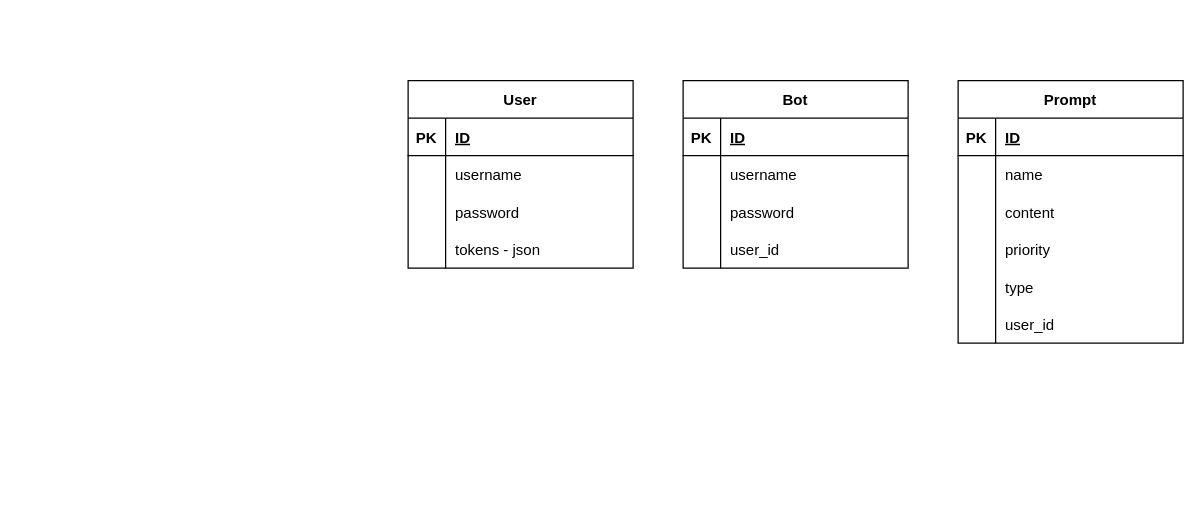
This is AI ERD.drawio from andrew-atef/andrew-atef, a draw.io file, before an edit. Source tidied: cells renumbered, new cells numbered last; positions are measured from the earlier drawing's top-left corner, leaving out a move shared by most shapes. Both pictures are drawn from the tidied source at 125%, with x=0, y=0 at pixel (408, 80).
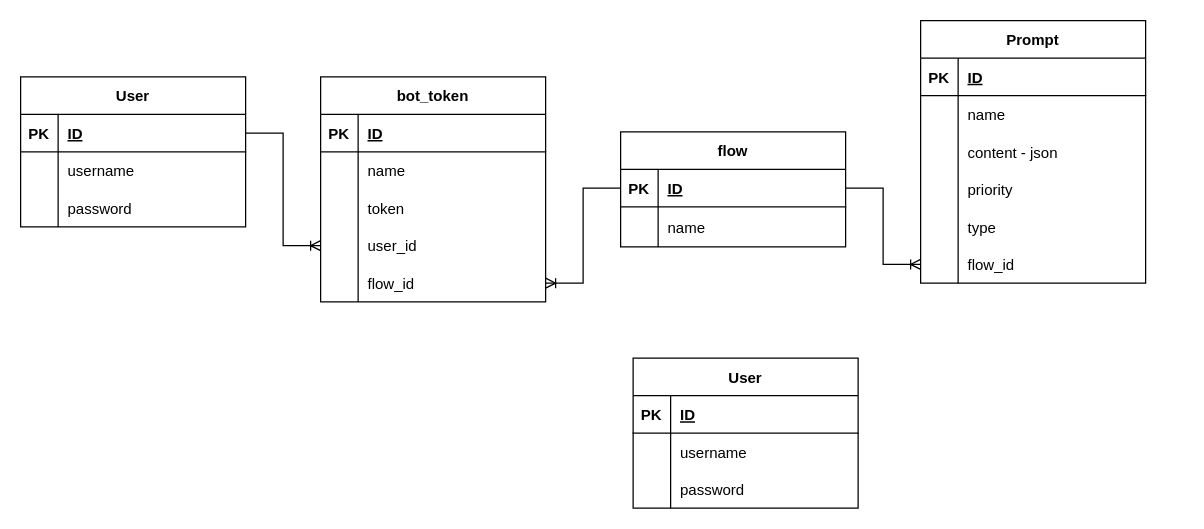
The same diagram, later.

Unchanged cells that the change refers to:
```xml
<mxCell id="3" style="shape=tableRow;horizontal=0;startSize=0;swimlaneHead=0;swimlaneBody=0;fillColor=none;points=[[0,0.5],[1,0.5]];portConstraint=eastwest;top=0;left=0;right=0;bottom=1;" parent="2" vertex="1">
  <mxGeometry y="30" width="180" height="30" as="geometry" />
</mxCell>
<mxCell id="22" style="shape=tableRow;horizontal=0;startSize=0;swimlaneHead=0;swimlaneBody=0;fillColor=none;top=0;left=0;right=0;bottom=0;" parent="15" vertex="1">
  <mxGeometry y="90" width="180" height="30" as="geometry" />
</mxCell>
<mxCell id="31" style="shape=tableRow;horizontal=0;startSize=0;swimlaneHead=0;swimlaneBody=0;fillColor=none;points=[[0,0.5],[1,0.5]];portConstraint=eastwest;top=0;left=0;right=0;bottom=0;" parent="15" vertex="1">
  <mxGeometry y="180" width="180" height="30" as="geometry" />
</mxCell>
<mxCell id="35" style="shape=tableRow;horizontal=0;startSize=0;swimlaneHead=0;swimlaneBody=0;fillColor=none;points=[[0,0.5],[1,0.5]];portConstraint=eastwest;top=0;left=0;right=0;bottom=1;" parent="34" vertex="1">
  <mxGeometry y="30" width="180" height="30" as="geometry" />
</mxCell>
```

The edit, as a diff of the source:
```diff
@@
     <mxCell id="2" value="User" style="shape=table;startSize=30;childLayout=tableLayout;rowLines=0;fontStyle=1;align=center;" parent="1" vertex="1">
-      <mxGeometry width="180" height="150" as="geometry" />
+      <mxGeometry x="-310" y="-3" width="180" height="120" as="geometry" />
     </mxCell>
@@
-    <mxCell id="12" style="shape=tableRow;horizontal=0;startSize=0;swimlaneHead=0;swimlaneBody=0;fillColor=none;top=0;left=0;right=0;bottom=0;" parent="2" vertex="1">
-      <mxGeometry y="120" width="180" height="30" as="geometry" />
-    </mxCell>
-    <mxCell id="13" style="shape=partialRectangle;fillColor=none;top=0;left=0;bottom=0;right=0;overflow=hidden;" parent="12" vertex="1">
-      <mxGeometry width="30" height="30" as="geometry" />
-    </mxCell>
-    <mxCell id="14" value="tokens - json" style="shape=partialRectangle;fillColor=none;top=0;left=0;bottom=0;right=0;align=left;spacingLeft=6;overflow=hidden;" parent="12" vertex="1">
-      <mxGeometry x="30" width="150" height="30" as="geometry" />
-    </mxCell>
     <mxCell id="15" value="Prompt" style="shape=table;startSize=30;childLayout=tableLayout;rowLines=0;fontStyle=1;align=center;" parent="1" vertex="1">
-      <mxGeometry x="440" width="180" height="210" as="geometry" />
+      <mxGeometry x="410" y="-48" width="180" height="210" as="geometry" />
     </mxCell>
@@
-    <mxCell id="24" value="content" style="shape=partialRectangle;fillColor=none;top=0;left=0;bottom=0;right=0;align=left;spacingLeft=6;overflow=hidden;" parent="22" vertex="1">
+    <mxCell id="24" value="content - json" style="shape=partialRectangle;fillColor=none;top=0;left=0;bottom=0;right=0;align=left;spacingLeft=6;overflow=hidden;" parent="22" vertex="1">
       <mxGeometry x="30" width="150" height="30" as="geometry" />
     </mxCell>
@@
-    <mxCell id="33" value="user_id" style="shape=partialRectangle;fillColor=none;top=0;left=0;bottom=0;right=0;align=left;spacingLeft=6;overflow=hidden;" parent="31" vertex="1">
+    <mxCell id="33" value="flow_id" style="shape=partialRectangle;fillColor=none;top=0;left=0;bottom=0;right=0;align=left;spacingLeft=6;overflow=hidden;" parent="31" vertex="1">
       <mxGeometry x="30" width="150" height="30" as="geometry" />
     </mxCell>
-    <mxCell id="34" value="Bot" style="shape=table;startSize=30;childLayout=tableLayout;rowLines=0;fontStyle=1;align=center;" parent="1" vertex="1">
-      <mxGeometry x="220" width="180" height="150" as="geometry" />
+    <mxCell id="34" value="flow" style="shape=table;startSize=30;childLayout=tableLayout;rowLines=0;fontStyle=1;align=center;" parent="1" vertex="1">
+      <mxGeometry x="170" y="41" width="180" height="92" as="geometry" />
     </mxCell>
@@
     <mxCell id="38" style="shape=tableRow;horizontal=0;startSize=0;swimlaneHead=0;swimlaneBody=0;fillColor=none;top=0;left=0;right=0;bottom=0;" parent="34" vertex="1">
-      <mxGeometry y="60" width="180" height="30" as="geometry" />
+      <mxGeometry y="60" width="180" height="32" as="geometry" />
     </mxCell>
     <mxCell id="39" style="shape=partialRectangle;fillColor=none;top=0;left=0;bottom=0;right=0;overflow=hidden;" parent="38" vertex="1">
-      <mxGeometry width="30" height="30" as="geometry" />
+      <mxGeometry width="30" height="32" as="geometry" />
     </mxCell>
-    <mxCell id="40" value="username" style="shape=partialRectangle;fillColor=none;top=0;left=0;bottom=0;right=0;align=left;spacingLeft=6;overflow=hidden;" parent="38" vertex="1">
-      <mxGeometry x="30" width="150" height="30" as="geometry" />
+    <mxCell id="40" value="name" style="shape=partialRectangle;fillColor=none;top=0;left=0;bottom=0;right=0;align=left;spacingLeft=6;overflow=hidden;" parent="38" vertex="1">
+      <mxGeometry x="30" width="150" height="32" as="geometry" />
     </mxCell>
-    <mxCell id="41" style="shape=tableRow;horizontal=0;startSize=0;swimlaneHead=0;swimlaneBody=0;fillColor=none;top=0;left=0;right=0;bottom=0;" parent="34" vertex="1">
-      <mxGeometry y="90" width="180" height="30" as="geometry" />
-    </mxCell>
-    <mxCell id="42" style="shape=partialRectangle;fillColor=none;top=0;left=0;bottom=0;right=0;overflow=hidden;" parent="41" vertex="1">
-      <mxGeometry width="30" height="30" as="geometry" />
-    </mxCell>
+    <mxCell id="47" style="edgeStyle=entityRelationEdgeStyle;fontSize=12;html=1;endArrow=ERoneToMany;rounded=0;exitX=1;exitY=0.5;exitDx=0;exitDy=0;entryX=0;entryY=0.5;entryDx=0;entryDy=0;" parent="1" edge="1" source="35" target="31">
+      <mxGeometry relative="1" as="geometry" />
+    </mxCell>
+    <mxCell id="48" value="bot_token" style="shape=table;startSize=30;childLayout=tableLayout;rowLines=0;fontStyle=1;align=center;" parent="1" vertex="1">
+      <mxGeometry x="-70" y="-3" width="180" height="180" as="geometry" />
+    </mxCell>
+    <mxCell id="49" style="shape=tableRow;horizontal=0;startSize=0;swimlaneHead=0;swimlaneBody=0;fillColor=none;top=0;left=0;right=0;bottom=1;" parent="48" vertex="1">
+      <mxGeometry y="30" width="180" height="30" as="geometry" />
+    </mxCell>
+    <mxCell id="50" value="PK" style="shape=partialRectangle;fillColor=none;top=0;left=0;bottom=0;right=0;fontStyle=1;overflow=hidden;" parent="49" vertex="1">
+      <mxGeometry width="30" height="30" as="geometry" />
+    </mxCell>
+    <mxCell id="51" value="ID" style="shape=partialRectangle;fillColor=none;top=0;left=0;bottom=0;right=0;align=left;spacingLeft=6;fontStyle=5;overflow=hidden;" parent="49" vertex="1">
+      <mxGeometry x="30" width="150" height="30" as="geometry" />
+    </mxCell>
+    <mxCell id="52" style="shape=tableRow;horizontal=0;startSize=0;swimlaneHead=0;swimlaneBody=0;fillColor=none;top=0;left=0;right=0;bottom=0;" parent="48" vertex="1">
+      <mxGeometry y="60" width="180" height="30" as="geometry" />
+    </mxCell>
+    <mxCell id="53" style="shape=partialRectangle;fillColor=none;top=0;left=0;bottom=0;right=0;overflow=hidden;" parent="52" vertex="1">
+      <mxGeometry width="30" height="30" as="geometry" />
+    </mxCell>
+    <mxCell id="54" value="name" style="shape=partialRectangle;fillColor=none;top=0;left=0;bottom=0;right=0;align=left;spacingLeft=6;overflow=hidden;" parent="52" vertex="1">
+      <mxGeometry x="30" width="150" height="30" as="geometry" />
+    </mxCell>
+    <mxCell id="55" style="shape=tableRow;horizontal=0;startSize=0;swimlaneHead=0;swimlaneBody=0;fillColor=none;top=0;left=0;right=0;bottom=0;" parent="48" vertex="1">
+      <mxGeometry y="90" width="180" height="30" as="geometry" />
+    </mxCell>
+    <mxCell id="56" style="shape=partialRectangle;fillColor=none;top=0;left=0;bottom=0;right=0;overflow=hidden;" parent="55" vertex="1">
+      <mxGeometry width="30" height="30" as="geometry" />
+    </mxCell>
+    <mxCell id="57" value="token" style="shape=partialRectangle;fillColor=none;top=0;left=0;bottom=0;right=0;align=left;spacingLeft=6;overflow=hidden;" parent="55" vertex="1">
+      <mxGeometry x="30" width="150" height="30" as="geometry" />
+    </mxCell>
+    <mxCell id="58" style="shape=tableRow;horizontal=0;startSize=0;swimlaneHead=0;swimlaneBody=0;fillColor=none;points=[[0,0.5],[1,0.5]];portConstraint=eastwest;top=0;left=0;right=0;bottom=0;" parent="48" vertex="1">
+      <mxGeometry y="120" width="180" height="30" as="geometry" />
+    </mxCell>
+    <mxCell id="59" style="shape=partialRectangle;fillColor=none;top=0;left=0;bottom=0;right=0;overflow=hidden;" parent="58" vertex="1">
+      <mxGeometry width="30" height="30" as="geometry" />
+    </mxCell>
+    <mxCell id="46" value="user_id" style="shape=partialRectangle;fillColor=none;top=0;left=0;bottom=0;right=0;align=left;spacingLeft=6;overflow=hidden;" parent="58" vertex="1">
+      <mxGeometry x="30" width="150" height="30" as="geometry" />
+    </mxCell>
+    <mxCell id="60" style="shape=tableRow;horizontal=0;startSize=0;swimlaneHead=0;swimlaneBody=0;fillColor=none;points=[[0,0.5],[1,0.5]];portConstraint=eastwest;top=0;left=0;right=0;bottom=0;" parent="48" vertex="1">
+      <mxGeometry y="150" width="180" height="30" as="geometry" />
+    </mxCell>
+    <mxCell id="61" style="shape=partialRectangle;fillColor=none;top=0;left=0;bottom=0;right=0;overflow=hidden;" parent="60" vertex="1">
+      <mxGeometry width="30" height="30" as="geometry" />
+    </mxCell>
+    <mxCell id="62" value="flow_id" style="shape=partialRectangle;fillColor=none;top=0;left=0;bottom=0;right=0;align=left;spacingLeft=6;overflow=hidden;" parent="60" vertex="1">
+      <mxGeometry x="30" width="150" height="30" as="geometry" />
+    </mxCell>
+    <mxCell id="63" style="edgeStyle=entityRelationEdgeStyle;fontSize=12;html=1;endArrow=ERoneToMany;rounded=0;exitX=1;exitY=0.5;exitDx=0;exitDy=0;entryX=0;entryY=0.5;entryDx=0;entryDy=0;" parent="1" edge="1" source="3" target="58">
+      <mxGeometry relative="1" as="geometry" />
+    </mxCell>
+    <mxCell id="64" style="edgeStyle=entityRelationEdgeStyle;fontSize=12;html=1;endArrow=ERoneToMany;rounded=0;exitX=0;exitY=0.5;exitDx=0;exitDy=0;entryX=1;entryY=0.5;entryDx=0;entryDy=0;" parent="1" edge="1" source="35" target="60">
+      <mxGeometry relative="1" as="geometry" />
+    </mxCell>
+    <mxCell id="65" value="User" style="shape=table;startSize=30;childLayout=tableLayout;rowLines=0;fontStyle=1;align=center;" parent="1" vertex="1">
+      <mxGeometry x="180" y="222" width="180" height="120" as="geometry" />
+    </mxCell>
+    <mxCell id="66" style="shape=tableRow;horizontal=0;startSize=0;swimlaneHead=0;swimlaneBody=0;fillColor=none;top=0;left=0;right=0;bottom=1;" parent="65" vertex="1">
+      <mxGeometry y="30" width="180" height="30" as="geometry" />
+    </mxCell>
+    <mxCell id="67" value="PK" style="shape=partialRectangle;fillColor=none;top=0;left=0;bottom=0;right=0;fontStyle=1;overflow=hidden;" parent="66" vertex="1">
+      <mxGeometry width="30" height="30" as="geometry" />
+    </mxCell>
+    <mxCell id="68" value="ID" style="shape=partialRectangle;fillColor=none;top=0;left=0;bottom=0;right=0;align=left;spacingLeft=6;fontStyle=5;overflow=hidden;" parent="66" vertex="1">
+      <mxGeometry x="30" width="150" height="30" as="geometry" />
+    </mxCell>
+    <mxCell id="69" style="shape=tableRow;horizontal=0;startSize=0;swimlaneHead=0;swimlaneBody=0;fillColor=none;top=0;left=0;right=0;bottom=0;" parent="65" vertex="1">
+      <mxGeometry y="60" width="180" height="30" as="geometry" />
+    </mxCell>
+    <mxCell id="70" style="shape=partialRectangle;fillColor=none;top=0;left=0;bottom=0;right=0;overflow=hidden;" parent="69" vertex="1">
+      <mxGeometry width="30" height="30" as="geometry" />
+    </mxCell>
+    <mxCell id="71" value="username" style="shape=partialRectangle;fillColor=none;top=0;left=0;bottom=0;right=0;align=left;spacingLeft=6;overflow=hidden;" parent="69" vertex="1">
+      <mxGeometry x="30" width="150" height="30" as="geometry" />
+    </mxCell>
+    <mxCell id="72" style="shape=tableRow;horizontal=0;startSize=0;swimlaneHead=0;swimlaneBody=0;fillColor=none;top=0;left=0;right=0;bottom=0;" parent="65" vertex="1">
+      <mxGeometry y="90" width="180" height="30" as="geometry" />
+    </mxCell>
+    <mxCell id="73" style="shape=partialRectangle;fillColor=none;top=0;left=0;bottom=0;right=0;overflow=hidden;" parent="72" vertex="1">
+      <mxGeometry width="30" height="30" as="geometry" />
+    </mxCell>
-    <mxCell id="43" value="password" style="shape=partialRectangle;fillColor=none;top=0;left=0;bottom=0;right=0;align=left;spacingLeft=6;overflow=hidden;" parent="41" vertex="1">
+    <mxCell id="43" value="password" style="shape=partialRectangle;fillColor=none;top=0;left=0;bottom=0;right=0;align=left;spacingLeft=6;overflow=hidden;" parent="72" vertex="1">
       <mxGeometry x="30" width="150" height="30" as="geometry" />
     </mxCell>
-    <mxCell id="44" style="shape=tableRow;horizontal=0;startSize=0;swimlaneHead=0;swimlaneBody=0;fillColor=none;top=0;left=0;right=0;bottom=0;" parent="34" vertex="1">
-      <mxGeometry y="120" width="180" height="30" as="geometry" />
-    </mxCell>
-    <mxCell id="45" style="shape=partialRectangle;fillColor=none;top=0;left=0;bottom=0;right=0;overflow=hidden;" parent="44" vertex="1">
-      <mxGeometry width="30" height="30" as="geometry" />
-    </mxCell>
-    <mxCell id="46" value="user_id" style="shape=partialRectangle;fillColor=none;top=0;left=0;bottom=0;right=0;align=left;spacingLeft=6;overflow=hidden;" parent="44" vertex="1">
-      <mxGeometry x="30" width="150" height="30" as="geometry" />
-    </mxCell>
```
